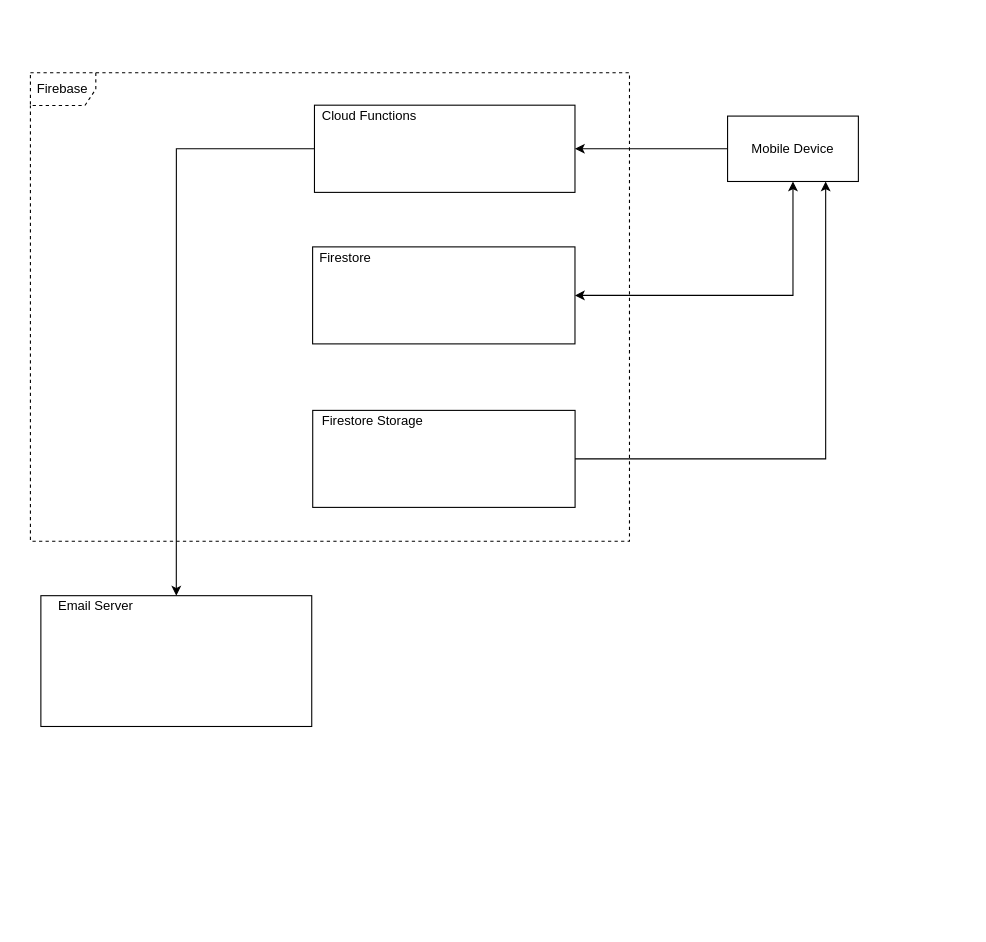
Earlier version of the draw.io diagram page "Logical View" (1 of 4) of 4 + 1 Diagrams.drawio (lbrown51/Global-Tactics-Mobile). Source tidied: cells renumbered, new cells numbered last; positions are measured from the earlier drawing's top-left corner, leaving out a move shared by most shapes. Both pictures are drawn from the tidied source at 109%, with x=0, y=0 at pixel (29, 72).
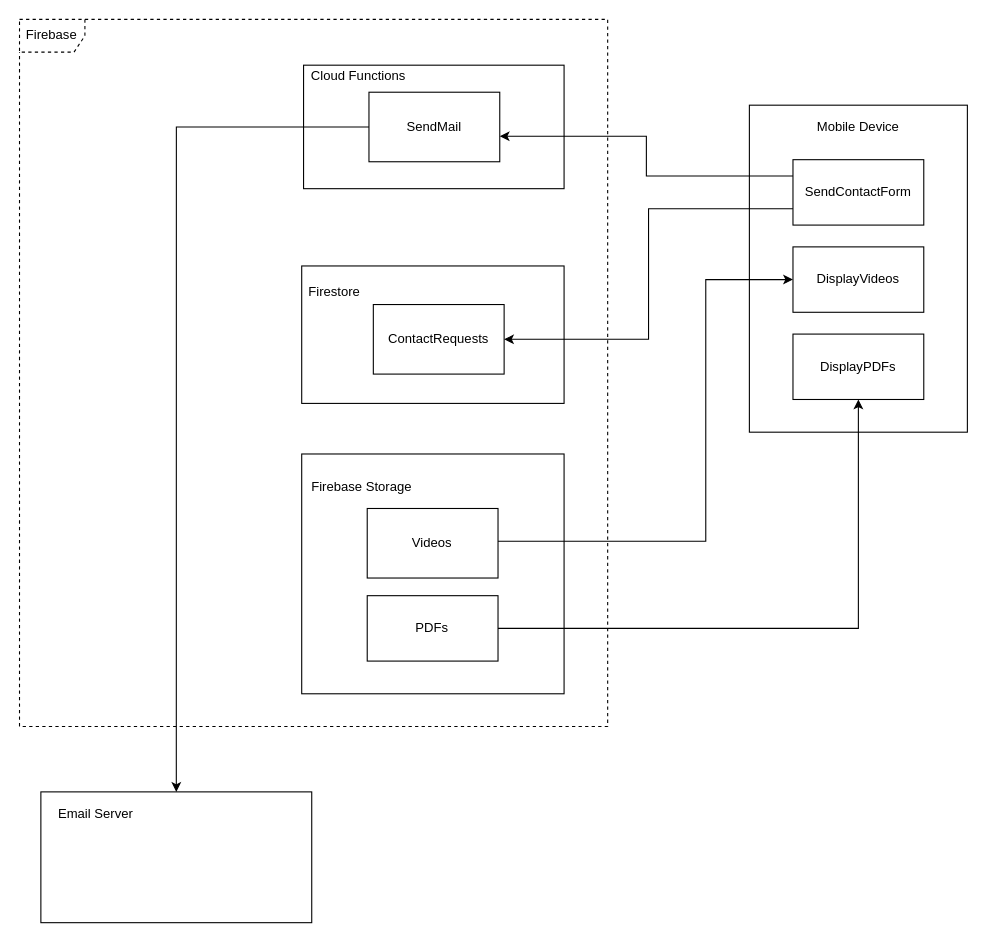
The same page after the edit.

The change refers to these unchanged cells:
```xml
<mxCell id="15" style="html=1;gradientColor=#ffffff;align=left;" parent="14" vertex="1">
  <mxGeometry width="248.5" height="120" as="geometry" />
</mxCell>
```

What changed in the source:
```diff
@@
     <mxCell id="2" style="group;" parent="1" vertex="1">
-      <mxGeometry x="40" y="70" width="510" height="360" as="geometry" />
+      <mxGeometry x="30" y="50" width="510" height="550" as="geometry" />
     </mxCell>
     <mxCell id="3" value="Firebase" style="shape=umlFrame;whiteSpace=wrap;html=1;dashed=1;gradientColor=#ffffff;" parent="2" vertex="1">
-      <mxGeometry x="-39.6" y="-69.7" width="549.6" height="429.7" as="geometry" />
+      <mxGeometry x="-39.6" y="-98.7" width="539.6" height="648.7" as="geometry" />
     </mxCell>
     <mxCell id="4" style="html=1;gradientColor=#ffffff;align=left;" parent="2" vertex="1">
-      <mxGeometry x="219.3" y="90" width="240.7" height="89" as="geometry" />
+      <mxGeometry x="219.3" y="127.5" width="240.7" height="126.1" as="geometry" />
     </mxCell>
     <mxCell id="5" value="Firestore" style="text;html=1;align=center;verticalAlign=middle;fillColor=none;strokeColor=none;rounded=0;dashed=1;" parent="2" vertex="1">
-      <mxGeometry x="219.3" y="90" width="60" height="20" as="geometry" />
+      <mxGeometry x="219.3" y="141.7" width="60" height="20" as="geometry" />
     </mxCell>
     <mxCell id="6" style="html=1;gradientColor=#ffffff;align=left;" parent="2" vertex="1">
-      <mxGeometry x="219.4" y="240" width="240.7" height="89" as="geometry" />
+      <mxGeometry x="219.3" y="300" width="240.7" height="220" as="geometry" />
     </mxCell>
-    <mxCell id="7" value="Firestore Storage" style="text;html=1;align=center;verticalAlign=middle;fillColor=none;strokeColor=none;rounded=0;dashed=1;" parent="2" vertex="1">
-      <mxGeometry x="219.3" y="240" width="110" height="20" as="geometry" />
+    <mxCell id="7" value="Firebase Storage" style="text;html=1;align=center;verticalAlign=middle;fillColor=none;strokeColor=none;rounded=0;dashed=1;" parent="2" vertex="1">
+      <mxGeometry x="219.3" y="320" width="110" height="20" as="geometry" />
     </mxCell>
     <mxCell id="8" style="group;" parent="2" vertex="1">
-      <mxGeometry x="221" y="-40" width="239" height="80" as="geometry" />
+      <mxGeometry x="221" y="-56.7" width="239" height="113.3" as="geometry" />
     </mxCell>
     <mxCell id="9" style="html=1;gradientColor=#ffffff;align=left;" parent="8" vertex="1">
-      <mxGeometry width="239" height="80" as="geometry" />
+      <mxGeometry width="239" height="113.3" as="geometry" />
     </mxCell>
@@
-    <mxCell id="11" style="edgeStyle=orthogonalEdgeStyle;rounded=0;jettySize=auto;html=1;startArrow=none;startFill=0;" parent="1" edge="1" source="13" target="9">
-      <mxGeometry relative="1" as="geometry" />
-    </mxCell>
-    <mxCell id="12" style="edgeStyle=orthogonalEdgeStyle;rounded=0;jettySize=auto;html=1;exitX=0.5;exitY=1;exitDx=0;exitDy=0;entryX=1;entryY=0.5;entryDx=0;entryDy=0;startArrow=classic;startFill=1;" parent="1" edge="1" source="13" target="4">
-      <mxGeometry relative="1" as="geometry" />
-    </mxCell>
+    <mxCell id="19" value="SendMail" style="rounded=0;whiteSpace=wrap;html=1;" parent="8" vertex="1">
+      <mxGeometry x="60" y="24.8" width="120" height="63.8" as="geometry" />
+    </mxCell>
+    <mxCell id="20" value="ContactRequests" style="rounded=0;whiteSpace=wrap;html=1;" parent="2" vertex="1">
+      <mxGeometry x="285" y="162.9" width="120" height="63.8" as="geometry" />
+    </mxCell>
+    <mxCell id="21" value="Videos" style="rounded=0;whiteSpace=wrap;html=1;" parent="2" vertex="1">
+      <mxGeometry x="279.4" y="350" width="120" height="63.8" as="geometry" />
+    </mxCell>
+    <mxCell id="22" value="PDFs" style="rounded=0;whiteSpace=wrap;html=1;" parent="2" vertex="1">
+      <mxGeometry x="279.4" y="430" width="120" height="60" as="geometry" />
+    </mxCell>
-    <mxCell id="13" value="Mobile Device" style="rounded=0;whiteSpace=wrap;html=1;gradientColor=#ffffff;" parent="1" vertex="1">
-      <mxGeometry x="640" y="40" width="120" height="60" as="geometry" />
+    <mxCell id="13" style="rounded=0;whiteSpace=wrap;html=1;gradientColor=#ffffff;" parent="1" vertex="1">
+      <mxGeometry x="660" y="30" width="200" height="300" as="geometry" />
     </mxCell>
     <mxCell id="14" style="group;" parent="1" vertex="1">
-      <mxGeometry x="10" y="480" width="248.5" height="120" as="geometry" />
+      <mxGeometry x="10" y="660" width="248.5" height="120" as="geometry" />
     </mxCell>
@@
     <mxCell id="16" value="Email Server" style="text;html=1;align=center;verticalAlign=middle;fillColor=none;strokeColor=none;rounded=0;dashed=1;" parent="14" vertex="1">
-      <mxGeometry x="10" width="80" height="20" as="geometry" />
+      <mxGeometry x="10" y="10" width="80" height="20" as="geometry" />
     </mxCell>
-    <mxCell id="17" style="edgeStyle=orthogonalEdgeStyle;rounded=0;jettySize=auto;html=1;entryX=0.5;entryY=0;entryDx=0;entryDy=0;" parent="1" edge="1" source="9" target="15">
+    <mxCell id="17" style="edgeStyle=orthogonalEdgeStyle;rounded=0;jettySize=auto;html=1;entryX=0.5;entryY=0;entryDx=0;entryDy=0;exitX=0;exitY=0.5;exitDx=0;exitDy=0;" parent="1" edge="1" source="19" target="15">
       <mxGeometry relative="1" as="geometry" />
     </mxCell>
-    <mxCell id="18" style="edgeStyle=orthogonalEdgeStyle;rounded=0;jettySize=auto;html=1;exitX=1;exitY=0.5;exitDx=0;exitDy=0;entryX=0.75;entryY=1;entryDx=0;entryDy=0;" parent="1" edge="1" source="6" target="13">
-      <mxGeometry relative="1" as="geometry" />
+    <mxCell id="18" style="edgeStyle=orthogonalEdgeStyle;rounded=0;jettySize=auto;html=1;entryX=0;entryY=0.5;entryDx=0;entryDy=0;" parent="1" edge="1" source="21" target="26">
+      <mxGeometry relative="1" as="geometry">
+        <Array as="points">
+          <mxPoint x="620" y="430" />
+          <mxPoint x="620" y="190" />
+        </Array>
+      </mxGeometry>
     </mxCell>
+    <mxCell id="23" style="edgeStyle=orthogonalEdgeStyle;rounded=0;jettySize=auto;html=1;exitX=0;exitY=0.25;exitDx=0;exitDy=0;entryX=1;entryY=0.633;entryDx=0;entryDy=0;entryPerimeter=0;" parent="1" edge="1" source="25" target="19">
+      <mxGeometry relative="1" as="geometry" />
+    </mxCell>
+    <mxCell id="24" style="edgeStyle=orthogonalEdgeStyle;rounded=0;jettySize=auto;html=1;exitX=0;exitY=0.75;exitDx=0;exitDy=0;entryX=1;entryY=0.5;entryDx=0;entryDy=0;" parent="1" edge="1" source="25" target="20">
+      <mxGeometry relative="1" as="geometry" />
+    </mxCell>
+    <mxCell id="25" value="SendContactForm" style="rounded=0;whiteSpace=wrap;html=1;" parent="1" vertex="1">
+      <mxGeometry x="700" y="80" width="120" height="60" as="geometry" />
+    </mxCell>
+    <mxCell id="26" value="DisplayVideos" style="rounded=0;whiteSpace=wrap;html=1;" parent="1" vertex="1">
+      <mxGeometry x="700" y="160" width="120" height="60" as="geometry" />
+    </mxCell>
+    <mxCell id="27" value="Mobile Device" style="text;html=1;strokeColor=none;fillColor=none;align=center;verticalAlign=middle;whiteSpace=wrap;rounded=0;" parent="1" vertex="1">
+      <mxGeometry x="710" y="40" width="100" height="20" as="geometry" />
+    </mxCell>
+    <mxCell id="28" value="DisplayPDFs" style="rounded=0;whiteSpace=wrap;html=1;" parent="1" vertex="1">
+      <mxGeometry x="700" y="240" width="120" height="60" as="geometry" />
+    </mxCell>
+    <mxCell id="29" style="edgeStyle=orthogonalEdgeStyle;rounded=0;jettySize=auto;html=1;exitX=1;exitY=0.5;exitDx=0;exitDy=0;entryX=0.5;entryY=1;entryDx=0;entryDy=0;" parent="1" edge="1" source="22" target="28">
+      <mxGeometry relative="1" as="geometry" />
+    </mxCell>
```
